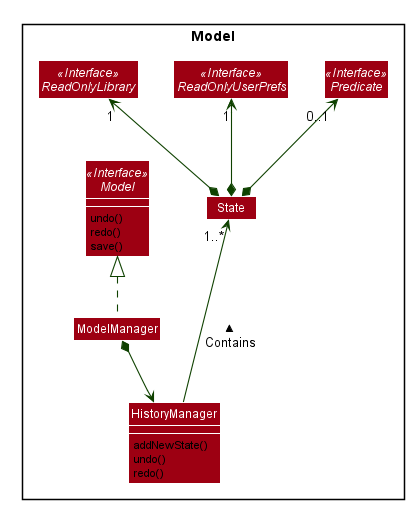
Before: docs/images/UndoRedoClassDiagram.png, a diagram exported from PlantUML (pennhanlee/tp).
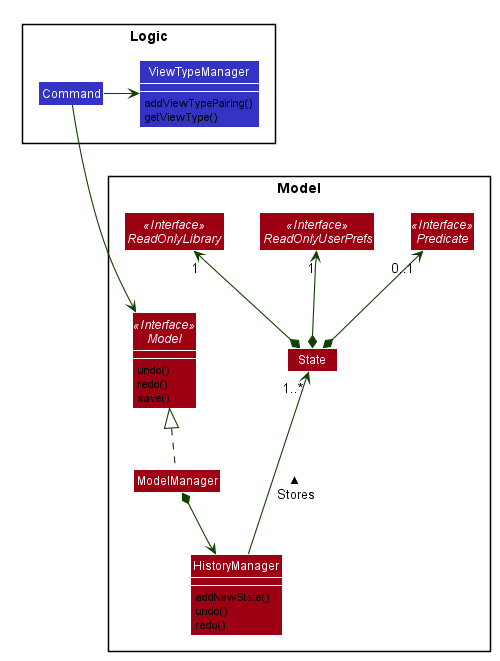
The same diagram one commit later.

Commit message:
Update DG for new undo/redo changes

The edit, as a diff of the source:
```diff
@@ -62,6 +62,18 @@
 Class State
 }
 
+package Logic {
+Class ViewTypeManager #3333C4
+Class Command #3333C4
+}
+
+ViewTypeManager : addViewTypePairing()
+ViewTypeManager : getViewType()
+show ViewTypeManager members
+
+Command --right-> ViewTypeManager
+Command ---> Model
+
 Model : undo()
 Model : redo()
 Model : save()
@@ -75,7 +87,7 @@
 ModelManager .up.|> Model
 ModelManager *--> HistoryManager
 
-HistoryManager --up-> "1..*" State : > Contains
+HistoryManager --up-> "1..*" State : > Stores
 
 State *-up-> "1" ReadOnlyLibrary
 State *-up-> "1" ReadOnlyUserPrefs
```
